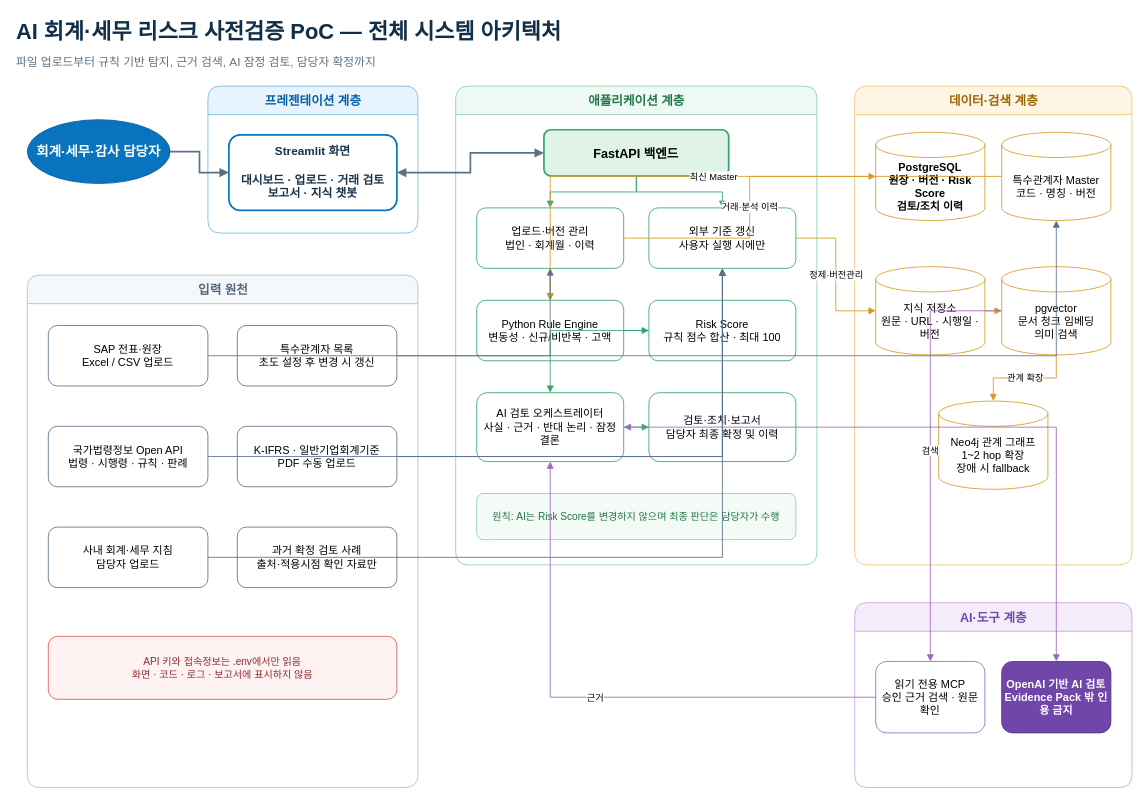
This is page "01 목표 아키텍처 (PRD)" (1 of 5) of docs/project_architecture.drawio from hekorea8-lab/a-project, a draw.io file, before an edit. Source tidied: cells renumbered, new cells numbered last; positions are measured from the earlier drawing's top-left corner, leaving out a move shared by most shapes. Both pictures are drawn from the tidied source at 84%, with x=0, y=0 at pixel (14, 14).
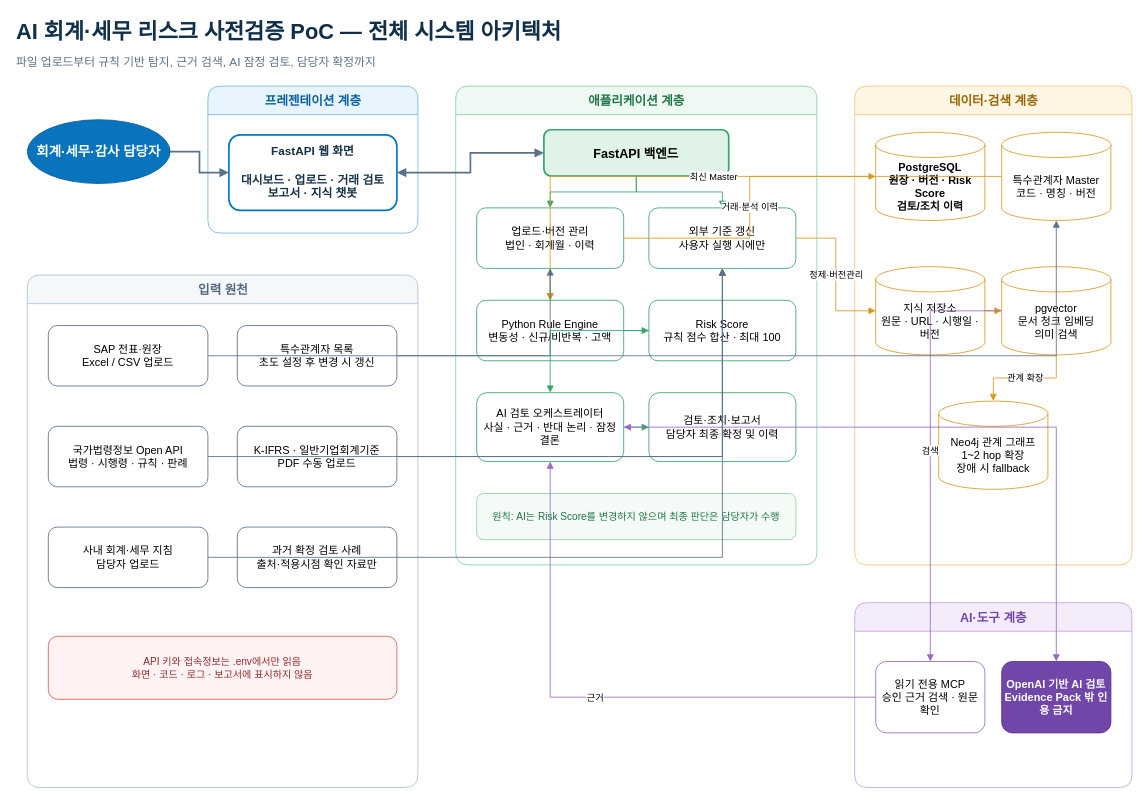
Above is the later version.

Commit message (it also covers changes not shown here):
docs: FastAPI 실행 구조로 문서 정리

Unchanged cells that the change refers to:
```xml
<mxCell id="5" value="프레젠테이션 계층" style="swimlane;html=1;startSize=34;rounded=1;fillColor=#E8F4FD;strokeColor=#78B8E0;fontColor=#075F9F;fontStyle=1;fontSize=15;" parent="1" vertex="1">
  <mxGeometry x="230" y="85" width="250" height="175" as="geometry" />
</mxCell>
```

What changed in the source:
```diff
@@
-    <mxCell id="6" value="Streamlit 화면&#10;&#10;대시보드 · 업로드 · 거래 검토&#10;보고서 · 지식 챗봇" style="rounded=1;whiteSpace=wrap;html=1;fillColor=#FFFFFF;strokeColor=#0874BD;strokeWidth=2;fontColor=#163249;fontSize=14;fontStyle=1;" parent="5" vertex="1">
+    <mxCell id="6" value="FastAPI 웹 화면&#10;&#10;대시보드 · 업로드 · 거래 검토&#10;보고서 · 지식 챗봇" style="rounded=1;whiteSpace=wrap;html=1;fillColor=#FFFFFF;strokeColor=#0874BD;strokeWidth=2;fontColor=#163249;fontSize=14;fontStyle=1;" parent="5" vertex="1">
       <mxGeometry x="25" y="58" width="200" height="90" as="geometry" />
     </mxCell>
```
